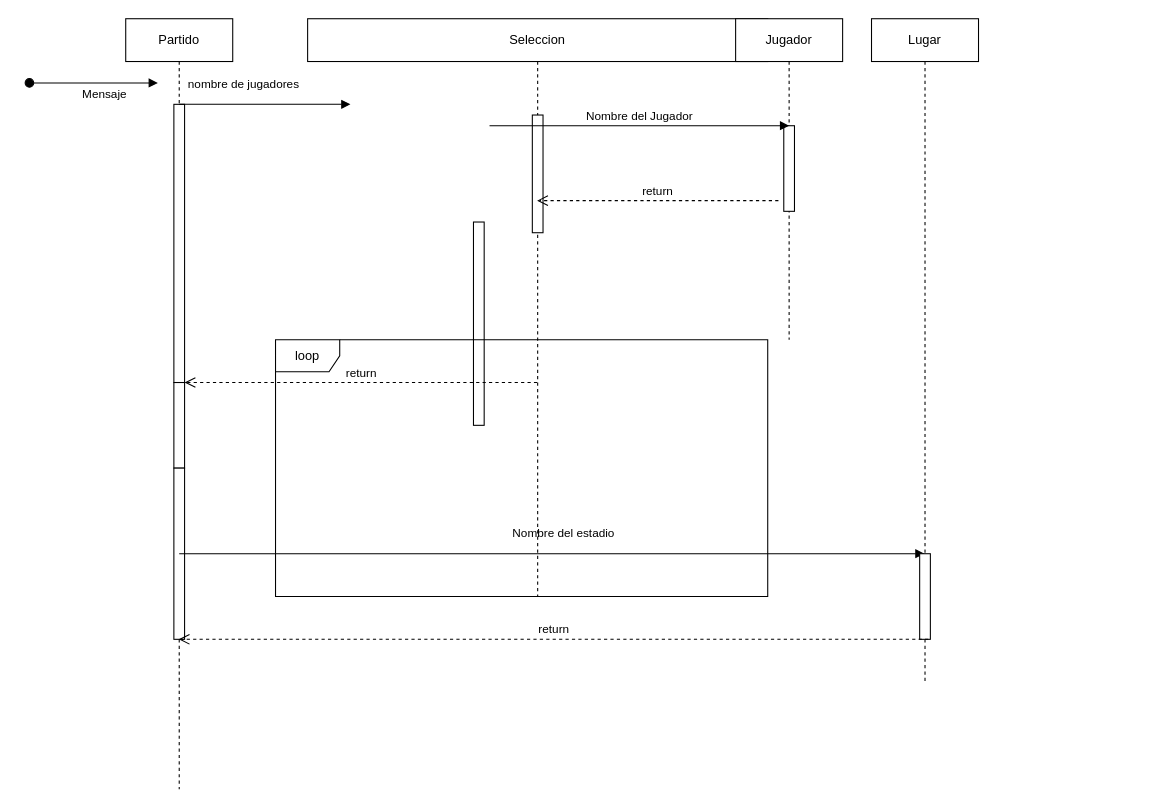
This is tp1DS.drawio from sebastian-butcovich/Fifa-Qatar2, a draw.io file, before an edit. Source tidied: cells renumbered, new cells numbered last; positions are measured from the earlier drawing's top-left corner, leaving out a move shared by most shapes. Both pictures are drawn from the tidied source at 107%, with x=0, y=0 at pixel (29, 18).
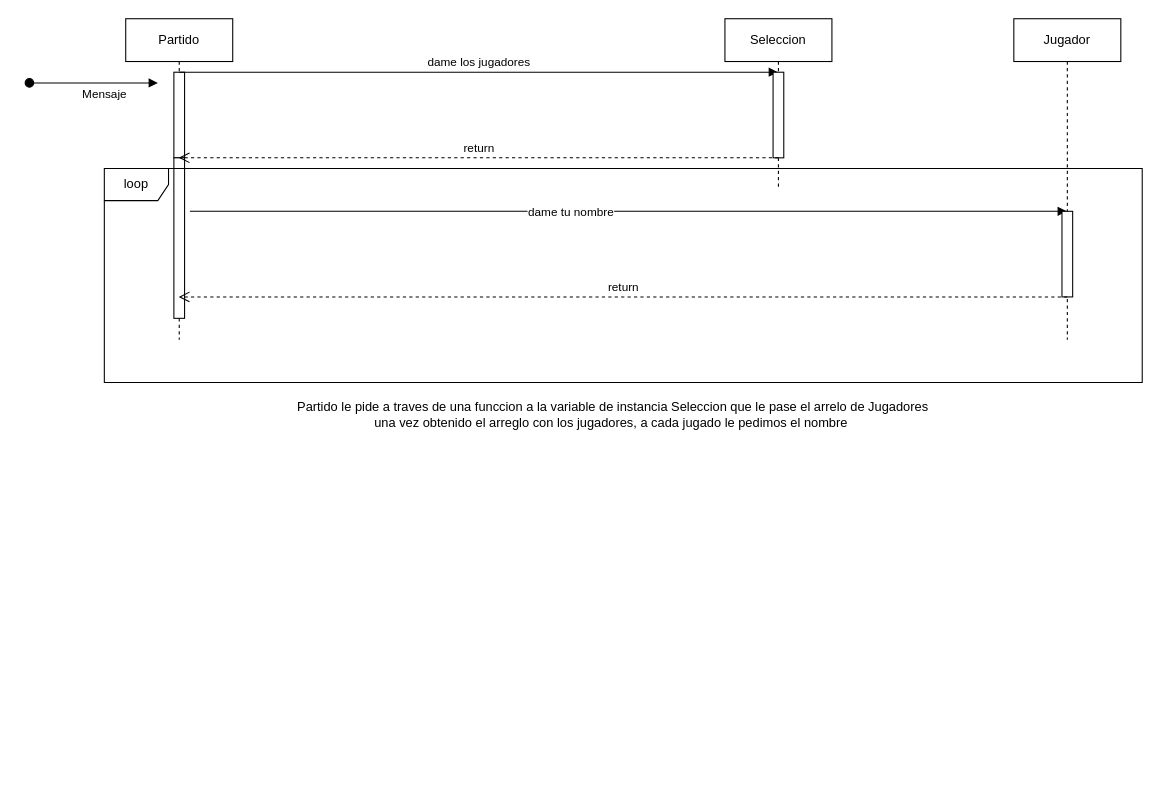
The same page after the edit.

Commit message (it also covers changes not shown here):
queda poco

Change to the diagram source:
```diff
@@
     <mxCell id="3" value="Partido" style="shape=umlLifeline;perimeter=lifelinePerimeter;whiteSpace=wrap;html=1;outlineConnect=0;" parent="1" vertex="1">
-      <mxGeometry x="90" width="100" height="720" as="geometry" />
+      <mxGeometry x="90" width="100" height="300" as="geometry" />
     </mxCell>
     <mxCell id="4" style="html=1;perimeter=orthogonalPerimeter;" parent="3" vertex="1">
-      <mxGeometry x="45" y="80" width="10" height="260" as="geometry" />
+      <mxGeometry x="45" y="50" width="10" height="80" as="geometry" />
     </mxCell>
-    <mxCell id="5" value="nombre de jugadores" style="html=1;verticalAlign=bottom;endArrow=block;rounded=0;" parent="3" edge="1">
-      <mxGeometry x="-0.25" y="10" relative="1" as="geometry">
-        <mxPoint x="50" y="80" as="sourcePoint" />
-        <mxPoint x="210" y="80" as="targetPoint" />
-      </mxGeometry>
-    </mxCell>
-    <mxCell id="6" style="html=1;points=[];perimeter=orthogonalPerimeter;" parent="3" vertex="1">
-      <mxGeometry x="45" y="340" width="10" height="80" as="geometry" />
-    </mxCell>
-    <mxCell id="7" style="html=1;perimeter=orthogonalPerimeter;" parent="3" vertex="1">
-      <mxGeometry x="45" y="420" width="10" height="160" as="geometry" />
-    </mxCell>
-    <mxCell id="8" value="Nombre del estadio" style="html=1;verticalAlign=bottom;endArrow=block;rounded=0;" parent="3" edge="1" target="13">
-      <mxGeometry x="0.03" y="10" relative="1" as="geometry">
-        <mxPoint x="50" y="500" as="sourcePoint" />
-      </mxGeometry>
-    </mxCell>
-    <mxCell id="9" value="Seleccion" style="shape=umlLifeline;perimeter=lifelinePerimeter;whiteSpace=wrap;html=1;outlineConnect=0;" parent="1" vertex="1">
-      <mxGeometry x="260" width="430" height="540" as="geometry" />
-    </mxCell>
-    <mxCell id="10" style="html=1;perimeter=orthogonalPerimeter;" parent="9" vertex="1">
-      <mxGeometry x="210" y="90" width="10" height="110" as="geometry" />
-    </mxCell>
-    <mxCell id="11" style="html=1;perimeter=orthogonalPerimeter;" parent="9" vertex="1">
-      <mxGeometry x="155" y="190" width="10" height="190" as="geometry" />
-    </mxCell>
+    <mxCell id="21" value="dame los jugadores" style="html=1;verticalAlign=bottom;endArrow=block;rounded=0;" parent="3" edge="1" target="15">
+      <mxGeometry relative="1" as="geometry">
+        <mxPoint x="50" y="50" as="sourcePoint" />
+      </mxGeometry>
+    </mxCell>
+    <mxCell id="22" style="html=1;perimeter=orthogonalPerimeter;" parent="3" vertex="1">
+      <mxGeometry x="45" y="130" width="10" height="150" as="geometry" />
+    </mxCell>
+    <mxCell id="23" value="dame tu nombre" style="html=1;verticalAlign=bottom;endArrow=block;rounded=0;" parent="3" edge="1" target="25">
+      <mxGeometry x="-0.13" y="-10" relative="1" as="geometry">
+        <mxPoint x="60" y="180" as="sourcePoint" />
+      </mxGeometry>
+    </mxCell>
+    <mxCell id="15" value="Seleccion" style="shape=umlLifeline;perimeter=lifelinePerimeter;whiteSpace=wrap;html=1;outlineConnect=0;" parent="1" vertex="1">
+      <mxGeometry x="650" width="100" height="160" as="geometry" />
+    </mxCell>
+    <mxCell id="17" style="html=1;perimeter=orthogonalPerimeter;" parent="15" vertex="1">
+      <mxGeometry x="45" y="50" width="10" height="80" as="geometry" />
+    </mxCell>
+    <mxCell id="24" value="return" style="html=1;verticalAlign=bottom;endArrow=open;dashed=1;endSize=8;rounded=0;" parent="1" edge="1" target="3">
+      <mxGeometry relative="1" as="geometry">
+        <mxPoint x="700" y="130" as="sourcePoint" />
+      </mxGeometry>
+    </mxCell>
+    <mxCell id="25" value="Jugador" style="shape=umlLifeline;perimeter=lifelinePerimeter;whiteSpace=wrap;html=1;outlineConnect=0;" parent="1" vertex="1">
+      <mxGeometry x="920" width="100" height="300" as="geometry" />
+    </mxCell>
+    <mxCell id="26" style="html=1;perimeter=orthogonalPerimeter;" parent="25" vertex="1">
+      <mxGeometry x="45" y="180" width="10" height="80" as="geometry" />
+    </mxCell>
+    <mxCell id="27" value="return" style="html=1;verticalAlign=bottom;endArrow=open;dashed=1;endSize=8;rounded=0;" parent="1" edge="1" target="3">
+      <mxGeometry relative="1" as="geometry">
+        <mxPoint x="970" y="260" as="sourcePoint" />
+      </mxGeometry>
+    </mxCell>
-    <mxCell id="12" value="loop" style="shape=umlFrame;whiteSpace=wrap;html=1;" parent="9" vertex="1">
-      <mxGeometry x="-30" y="300" width="460" height="240" as="geometry" />
+    <mxCell id="12" value="loop" style="shape=umlFrame;whiteSpace=wrap;html=1;" parent="1" vertex="1">
+      <mxGeometry x="70" y="140" width="970" height="200" as="geometry" />
     </mxCell>
-    <mxCell id="13" value="Lugar" style="shape=umlLifeline;perimeter=lifelinePerimeter;whiteSpace=wrap;html=1;outlineConnect=0;" parent="1" vertex="1">
-      <mxGeometry x="787" width="100" height="620" as="geometry" />
-    </mxCell>
-    <mxCell id="14" style="html=1;perimeter=orthogonalPerimeter;" parent="13" vertex="1">
-      <mxGeometry x="45" y="500" width="10" height="80" as="geometry" />
-    </mxCell>
-    <mxCell id="15" value="Jugador" style="shape=umlLifeline;perimeter=lifelinePerimeter;whiteSpace=wrap;html=1;outlineConnect=0;" parent="1" vertex="1">
-      <mxGeometry x="660" width="100" height="300" as="geometry" />
-    </mxCell>
-    <mxCell id="16" value="return" style="html=1;verticalAlign=bottom;endArrow=open;dashed=1;endSize=8;rounded=0;" parent="15" edge="1" target="9">
-      <mxGeometry relative="1" as="geometry">
-        <mxPoint x="40" y="170" as="sourcePoint" />
-      </mxGeometry>
-    </mxCell>
-    <mxCell id="17" style="html=1;perimeter=orthogonalPerimeter;" parent="1" vertex="1">
-      <mxGeometry x="705" y="100" width="10" height="80" as="geometry" />
-    </mxCell>
-    <mxCell id="18" value="Nombre del Jugador" style="html=1;verticalAlign=bottom;endArrow=block;rounded=0;" parent="1" edge="1">
-      <mxGeometry relative="1" as="geometry">
-        <mxPoint x="430" y="100" as="sourcePoint" />
-        <mxPoint x="710" y="100" as="targetPoint" />
-      </mxGeometry>
-    </mxCell>
-    <mxCell id="19" value="return" style="html=1;verticalAlign=bottom;endArrow=open;dashed=1;endSize=8;rounded=0;" parent="1" edge="1" source="9" target="6">
-      <mxGeometry relative="1" as="geometry" />
-    </mxCell>
-    <mxCell id="20" value="return" style="html=1;verticalAlign=bottom;endArrow=open;dashed=1;endSize=8;rounded=0;" parent="1" edge="1" target="3">
-      <mxGeometry relative="1" as="geometry">
-        <mxPoint x="840" y="580" as="sourcePoint" />
-      </mxGeometry>
-    </mxCell>
+    <mxCell id="28" value="Partido le pide a traves de una funccion a la variable de instancia Seleccion que le pase el arrelo de Jugadores&lt;br&gt;una vez obtenido el arreglo con los jugadores, a cada jugado le pedimos el nombre&amp;nbsp;" style="text;html=1;align=center;verticalAlign=middle;strokeColor=none;fillColor=none;" parent="1" vertex="1">
+      <mxGeometry x="240" y="350" width="610" height="40" as="geometry" />
+    </mxCell>
```
